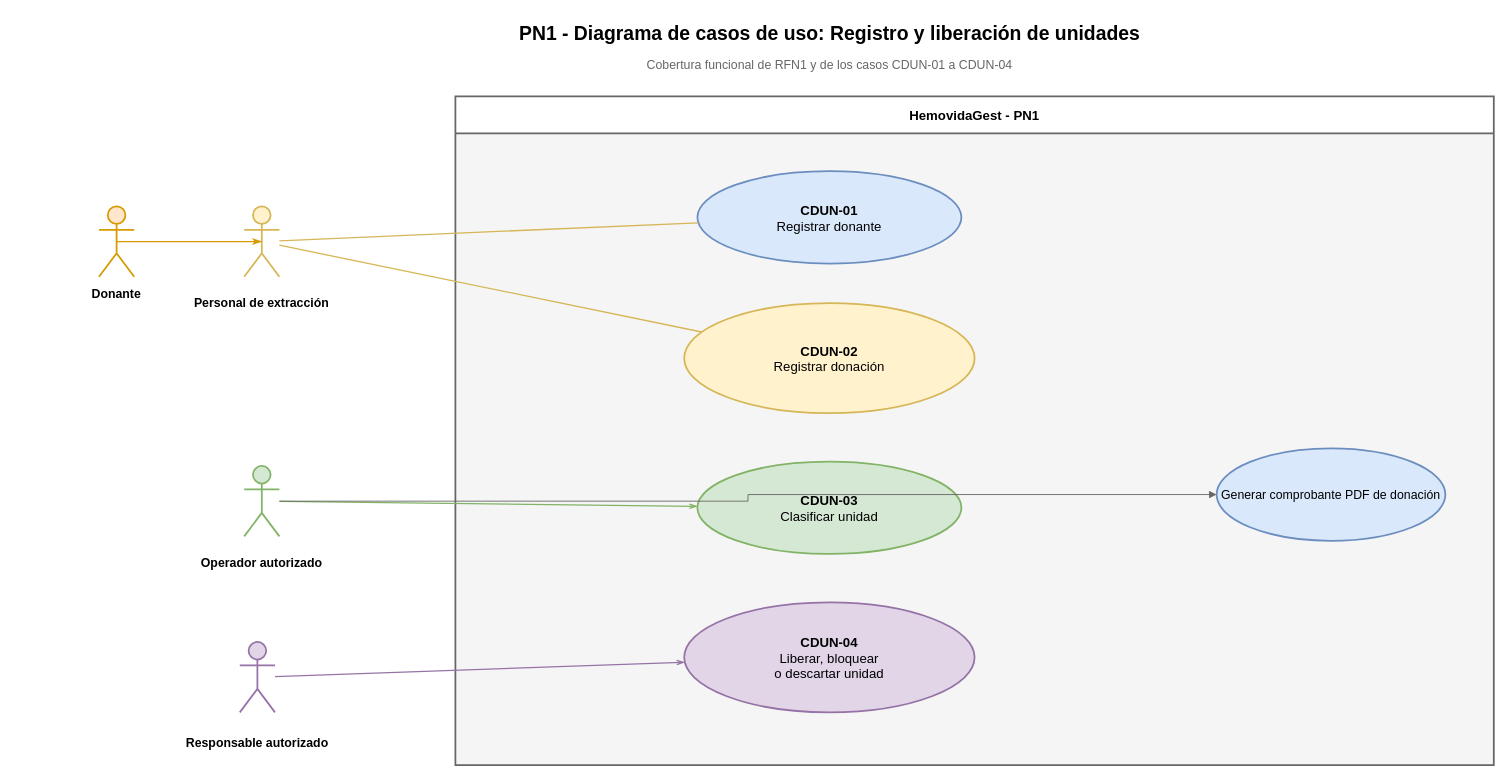
Above: Diagramas/Secuencia de Roles/PN1_DiagramaCasosDeUso.drawio in juanNH/Ingenieria-de-Software (draw.io), before the change. Source tidied: cells renumbered, new cells numbered last; positions are measured from the earlier drawing's top-left corner, leaving out a move shared by most shapes. Both pictures are drawn from the tidied source at 88%, with x=0, y=0 at pixel (15, 15).
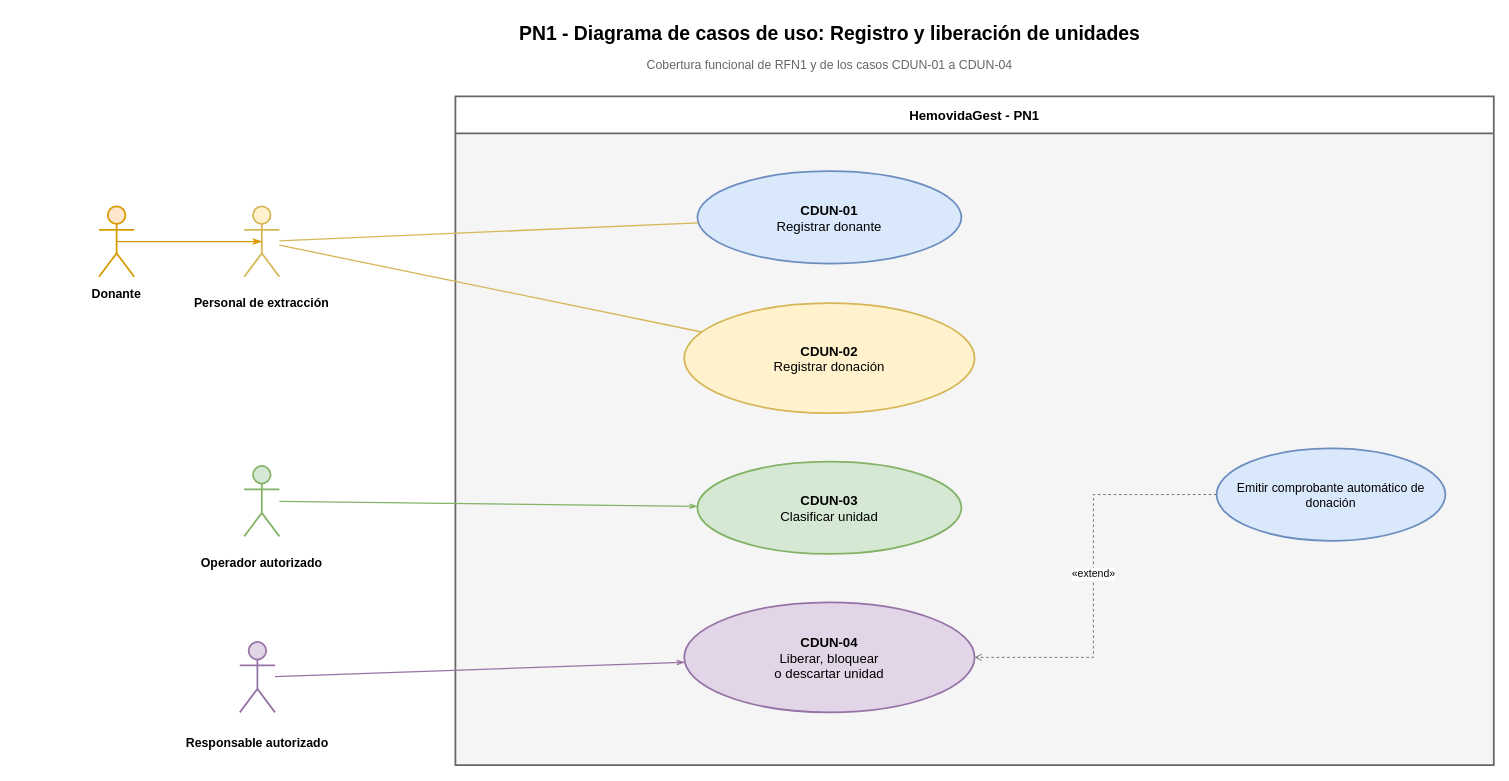
The same diagram, later.

Unchanged cells that the change refers to:
```xml
<mxCell id="8" value="&lt;b&gt;CDUN-04&lt;/b&gt;&lt;br&gt;Liberar, bloquear&lt;br&gt;o descartar unidad" style="ellipse;whiteSpace=wrap;html=1;fillColor=#e1d5e7;strokeColor=#9673a6;strokeWidth=2;fontSize=15;fontFamily=Arial;align=center;verticalAlign=middle;" parent="1" vertex="1">
  <mxGeometry x="760" y="667" width="330" height="125" as="geometry" />
</mxCell>
<mxCell id="13" style="shape=umlActor;html=1;fillColor=#d5e8d4;strokeColor=#82b366;strokeWidth=2;" parent="1" vertex="1">
  <mxGeometry x="260" y="512" width="40" height="80" as="geometry" />
</mxCell>
```

Change to the diagram source:
```diff
@@
-    <mxCell id="22" value="Generar comprobante PDF de donación" style="ellipse;whiteSpace=wrap;html=1;fillColor=#dae8fc;strokeColor=#6c8ebf;strokeWidth=2;fontSize=14;" parent="1" vertex="1">
+    <mxCell id="22" value="Emitir comprobante automático de donación" style="ellipse;whiteSpace=wrap;html=1;fillColor=#dae8fc;strokeColor=#6c8ebf;strokeWidth=2;fontSize=14;" parent="1" vertex="1">
       <mxGeometry x="1365" y="492" width="260" height="105" as="geometry" />
     </mxCell>
-    <mxCell id="23" style="edgeStyle=orthogonalEdgeStyle;rounded=0;html=1;endArrow=block;endFill=1;strokeColor=#666666;fontSize=11;" parent="1" edge="1" source="13" target="22">
-      <mxGeometry relative="1" as="geometry" />
+    <mxCell id="23" value="«extend»" style="edgeStyle=orthogonalEdgeStyle;rounded=0;html=1;endArrow=open;dashed=1;fontSize=12;strokeColor=#666666;exitX=0;exitY=0.5;entryX=1;entryY=0.5;" parent="1" edge="1" source="22" target="8">
+      <mxGeometry relative="1" as="geometry">
+        <Array as="points">
+          <mxPoint x="1225" y="544" />
+          <mxPoint x="1225" y="730" />
+        </Array>
+      </mxGeometry>
     </mxCell>
```
